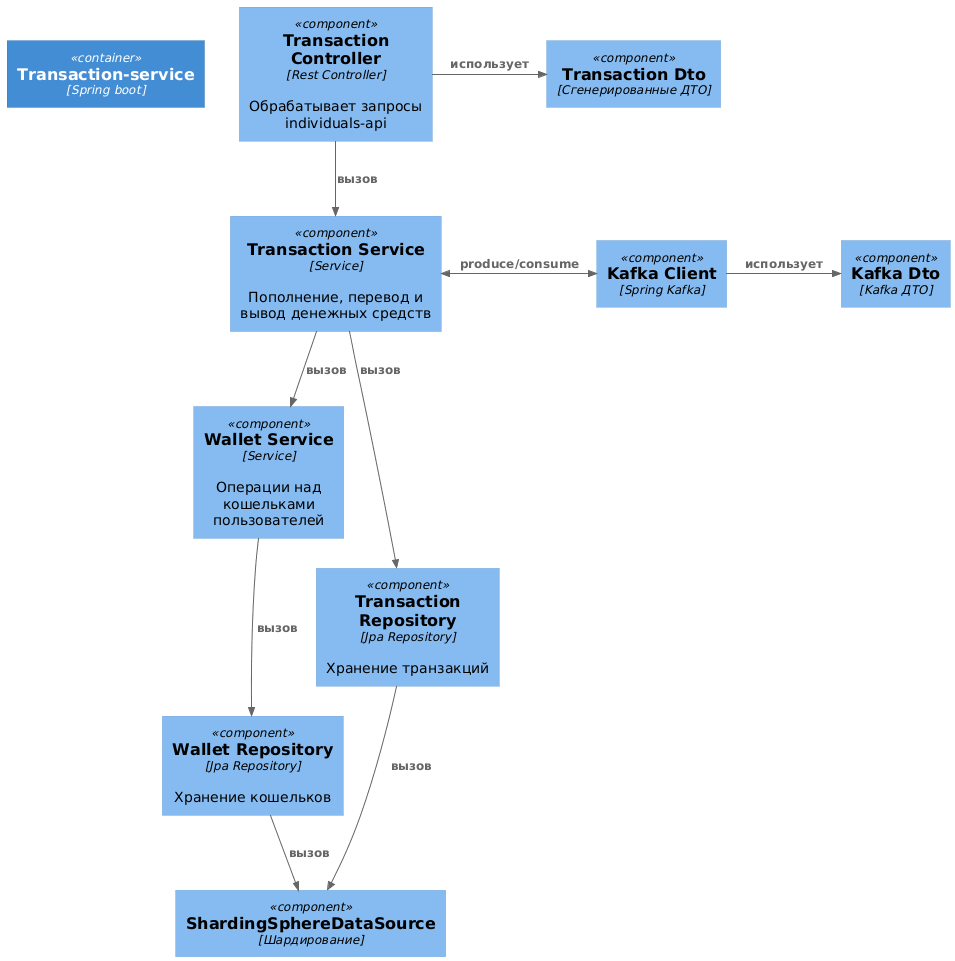
Earlier version of the PlantUML export diagram/transaction-service-component.png (diamam90/payment-system).
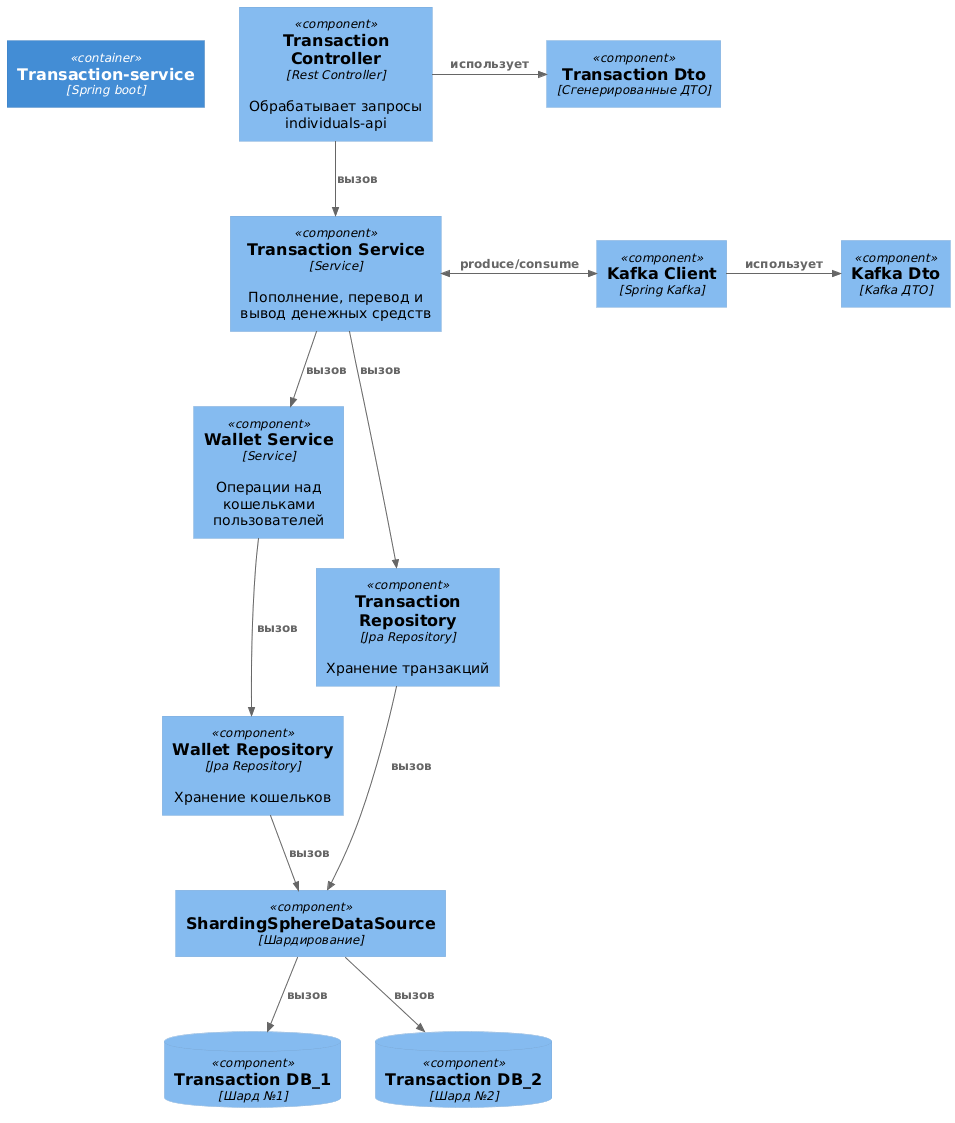
Later version of the same file.

Commit message:
Исправление компонентной схемы после обсуждения

The edit, as a diff of the source:
```diff
@@ -7,6 +7,8 @@
 Component(tsService,"Transaction Service","Service","Пополнение, перевод и  вывод денежных средств")
 Component(wService, "Wallet Service", "Service", "Операции над кошельками пользователей")
 Component(kafka,"Kafka Client","Spring Kafka")
+ComponentDb(db1,"Transaction DB_1","Шард №1")
+ComponentDb(db2,"Transaction DB_2","Шард №2")
 
 Component(tsRepo, "Transaction Repository","Jpa Repository", "Хранение транзакций")
 Component(wRepo, "Wallet Repository", "Jpa Repository","Хранение кошельков")
@@ -17,6 +19,8 @@
 
 Lay_R(ts, tsController)
 Lay_D(wRepo, shard)
+Lay_D(shard, db1)
+Lay_R(db1,db2)
 
 Rel(tsController, tsService, "вызов")
 Rel(tsService, wService, "вызов")
@@ -25,6 +29,8 @@
 Rel(tsService, tsRepo, "вызов")
 Rel(wRepo,shard, "вызов")
 Rel(tsRepo,shard, "вызов")
+Rel(shard,db1,"вызов")
+Rel(shard,db2,"вызов")
 
 Rel_R(kafka, kafkaDto, "использует")
 Rel_R(tsController, tsDto, "использует")
```
